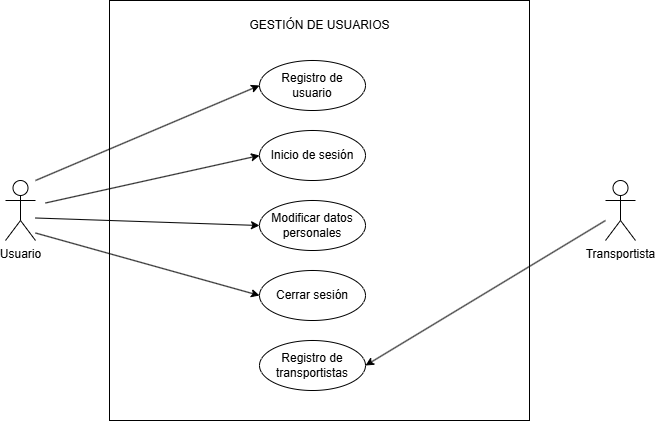
Earlier version of the draw.io export Memoria/imagenes/Analisis/gestionUsuarios.png (Juanjomrtz19/Trabajo-de-fin-de-grado-BlockTrack). Source tidied: cells renumbered, new cells last; positions are measured from the earlier drawing's top-left corner, leaving out a move shared by most shapes. The source it was exported from:
```xml
<mxGraphModel>
  <root>
    <mxCell id="0" />
    <mxCell id="1" parent="0" />
    <mxCell id="2" style="whiteSpace=wrap;html=1;" parent="1" vertex="1">
      <mxGeometry x="104" width="420" height="420" as="geometry" />
    </mxCell>
    <mxCell id="3" value="GESTIÓN DE USUARIOS" style="text;html=1;align=center;verticalAlign=middle;strokeColor=none;fillColor=none;" parent="1" vertex="1">
      <mxGeometry x="234" y="10" width="160" height="30" as="geometry" />
    </mxCell>
    <mxCell id="4" value="Registro de usuario" style="ellipse;whiteSpace=wrap;html=1;" parent="1" vertex="1">
      <mxGeometry x="254" y="60" width="106" height="50" as="geometry" />
    </mxCell>
    <mxCell id="5" value="Inicio de sesión&lt;span style=&quot;color: rgba(0, 0, 0, 0); font-family: monospace; font-size: 0px; text-align: start; text-wrap-mode: nowrap;&quot;&gt;%3CmxGraphModel%3E%3Croot%3E%3CmxCell%20id%3D%220%22%2F%3E%3CmxCell%20id%3D%221%22%20parent%3D%220%22%2F%3E%3CmxCell%20id%3D%222%22%20value%3D%22REGISTRO%20DE%20USUARIO%22%20style%3D%22ellipse%3BwhiteSpace%3Dwrap%3Bhtml%3D1%3B%22%20vertex%3D%221%22%20parent%3D%221%22%3E%3CmxGeometry%20x%3D%22354%22%20y%3D%22110%22%20width%3D%22106%22%20height%3D%2250%22%20as%3D%22geometry%22%2F%3E%3C%2FmxCell%3E%3C%2Froot%3E%3C%2FmxGraphModel%3E&lt;/span&gt;" style="ellipse;whiteSpace=wrap;html=1;" parent="1" vertex="1">
      <mxGeometry x="254" y="130" width="106" height="50" as="geometry" />
    </mxCell>
    <mxCell id="6" value="Modificar datos personales" style="ellipse;whiteSpace=wrap;html=1;" parent="1" vertex="1">
      <mxGeometry x="254" y="200" width="106" height="50" as="geometry" />
    </mxCell>
    <mxCell id="7" value="Cerrar sesión&lt;span style=&quot;color: rgba(0, 0, 0, 0); font-family: monospace; font-size: 0px; text-align: start; text-wrap-mode: nowrap;&quot;&gt;%3CmxGraphModel%3E%3Croot%3E%3CmxCell%20id%3D%220%22%2F%3E%3CmxCell%20id%3D%221%22%20parent%3D%220%22%2F%3E%3CmxCell%20id%3D%222%22%20value%3D%22Modificar%20datos%20personales%22%20style%3D%22ellipse%3BwhiteSpace%3Dwrap%3Bhtml%3D1%3B%22%20vertex%3D%221%22%20parent%3D%221%22%3E%3CmxGeometry%20x%3D%22354%22%20y%3D%22230%22%20width%3D%22106%22%20height%3D%2250%22%20as%3D%22geometry%22%2F%3E%3C%2FmxCell%3E%3C%2Froot%3E%3C%2FmxGraphModel%3E&lt;/span&gt;" style="ellipse;whiteSpace=wrap;html=1;" parent="1" vertex="1">
      <mxGeometry x="254" y="270" width="106" height="50" as="geometry" />
    </mxCell>
    <mxCell id="8" value="Registro de transportistas" style="ellipse;whiteSpace=wrap;html=1;" parent="1" vertex="1">
      <mxGeometry x="254" y="340" width="106" height="50" as="geometry" />
    </mxCell>
    <mxCell id="9" value="Usuario" style="shape=umlActor;verticalLabelPosition=bottom;verticalAlign=top;html=1;" parent="1" vertex="1">
      <mxGeometry y="180" width="30" height="60" as="geometry" />
    </mxCell>
    <mxCell id="10" value="Transportista" style="shape=umlActor;verticalLabelPosition=bottom;verticalAlign=top;html=1;outlineConnect=0;" parent="1" vertex="1">
      <mxGeometry x="600" y="180" width="30" height="60" as="geometry" />
    </mxCell>
    <mxCell id="11" style="endArrow=classic;html=1;rounded=0;entryX=0;entryY=0.5;entryDx=0;entryDy=0;" parent="1" edge="1" target="4">
      <mxGeometry relative="1" as="geometry">
        <mxPoint x="30" y="180" as="sourcePoint" />
      </mxGeometry>
    </mxCell>
    <mxCell id="12" style="endArrow=classic;html=1;rounded=0;entryX=0;entryY=0.5;entryDx=0;entryDy=0;" parent="1" edge="1" target="5">
      <mxGeometry relative="1" as="geometry">
        <mxPoint x="40" y="202.5" as="sourcePoint" />
      </mxGeometry>
    </mxCell>
    <mxCell id="13" style="endArrow=classic;html=1;rounded=0;entryX=0;entryY=0.5;entryDx=0;entryDy=0;" parent="1" edge="1" target="6">
      <mxGeometry relative="1" as="geometry">
        <mxPoint x="30" y="217.5" as="sourcePoint" />
      </mxGeometry>
    </mxCell>
    <mxCell id="14" style="endArrow=classic;html=1;rounded=0;entryX=0;entryY=0.5;entryDx=0;entryDy=0;" parent="1" edge="1" target="7">
      <mxGeometry relative="1" as="geometry">
        <mxPoint x="30" y="232.5" as="sourcePoint" />
      </mxGeometry>
    </mxCell>
    <mxCell id="15" style="endArrow=classic;html=1;rounded=0;entryX=1;entryY=0.5;entryDx=0;entryDy=0;" parent="1" edge="1" target="8">
      <mxGeometry relative="1" as="geometry">
        <mxPoint x="600" y="220" as="sourcePoint" />
      </mxGeometry>
    </mxCell>
  </root>
</mxGraphModel>
```
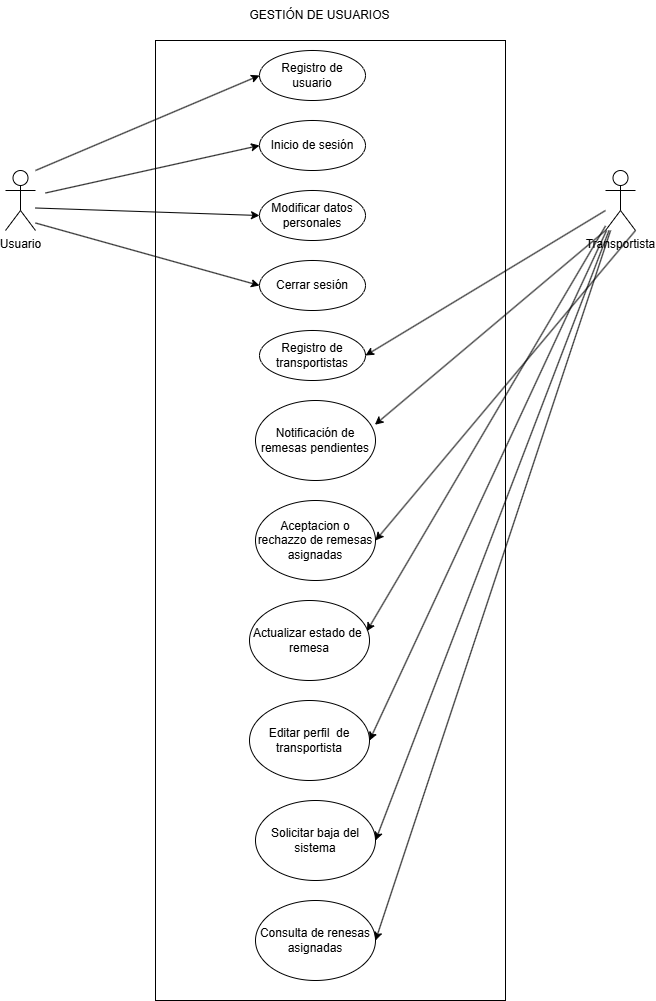
Later version of the same file.

The edit, as a diff of the source:
```diff
@@ -2,9 +2,9 @@
   <root>
     <mxCell id="0" />
     <mxCell id="1" parent="0" />
-    <mxCell id="2" style="whiteSpace=wrap;html=1;" parent="1" vertex="1">
-      <mxGeometry x="104" width="420" height="420" as="geometry" />
-    </mxCell>
+    <mxCell id="16" style="rounded=0;whiteSpace=wrap;html=1;" parent="1" vertex="1">
+      <mxGeometry x="150" y="50" width="350" height="960" as="geometry" />
+    </mxCell>
     <mxCell id="3" value="GESTIÓN DE USUARIOS" style="text;html=1;align=center;verticalAlign=middle;strokeColor=none;fillColor=none;" parent="1" vertex="1">
       <mxGeometry x="234" y="10" width="160" height="30" as="geometry" />
     </mxCell>
@@ -54,5 +54,41 @@
         <mxPoint x="600" y="220" as="sourcePoint" />
       </mxGeometry>
     </mxCell>
+    <mxCell id="17" value="Notificación de remesas pendientes" style="ellipse;whiteSpace=wrap;html=1;" parent="1" vertex="1">
+      <mxGeometry x="250" y="410" width="120" height="80" as="geometry" />
+    </mxCell>
+    <mxCell id="18" value="Aceptacion o rechazzo de remesas asignadas" style="ellipse;whiteSpace=wrap;html=1;" parent="1" vertex="1">
+      <mxGeometry x="250" y="510" width="120" height="80" as="geometry" />
+    </mxCell>
+    <mxCell id="19" value="Actualizar estado de&amp;nbsp; remesa" style="ellipse;whiteSpace=wrap;html=1;" parent="1" vertex="1">
+      <mxGeometry x="244" y="610" width="120" height="80" as="geometry" />
+    </mxCell>
+    <mxCell id="20" value="Editar perfil&amp;nbsp; de transportista" style="ellipse;whiteSpace=wrap;html=1;" parent="1" vertex="1">
+      <mxGeometry x="244" y="710" width="120" height="80" as="geometry" />
+    </mxCell>
+    <mxCell id="21" value="Solicitar baja del sistema" style="ellipse;whiteSpace=wrap;html=1;" parent="1" vertex="1">
+      <mxGeometry x="250" y="810" width="120" height="80" as="geometry" />
+    </mxCell>
+    <mxCell id="22" value="Consulta de renesas asignadas" style="ellipse;whiteSpace=wrap;html=1;" parent="1" vertex="1">
+      <mxGeometry x="250" y="910" width="120" height="80" as="geometry" />
+    </mxCell>
+    <mxCell id="23" style="endArrow=classic;html=1;rounded=0;entryX=0.995;entryY=0.303;entryDx=0;entryDy=0;entryPerimeter=0;exitX=0;exitY=1;exitDx=0;exitDy=0;exitPerimeter=0;" parent="1" edge="1" source="10" target="17">
+      <mxGeometry relative="1" as="geometry" />
+    </mxCell>
+    <mxCell id="24" style="endArrow=classic;html=1;rounded=0;entryX=1;entryY=0.5;entryDx=0;entryDy=0;exitX=1;exitY=1;exitDx=0;exitDy=0;exitPerimeter=0;" parent="1" edge="1" source="10" target="18">
+      <mxGeometry relative="1" as="geometry" />
+    </mxCell>
+    <mxCell id="25" style="endArrow=classic;html=1;rounded=0;entryX=0.978;entryY=0.383;entryDx=0;entryDy=0;entryPerimeter=0;" parent="1" edge="1" source="10" target="19">
+      <mxGeometry relative="1" as="geometry" />
+    </mxCell>
+    <mxCell id="26" style="endArrow=classic;html=1;rounded=0;entryX=1;entryY=0.5;entryDx=0;entryDy=0;" parent="1" edge="1" source="10" target="20">
+      <mxGeometry relative="1" as="geometry" />
+    </mxCell>
+    <mxCell id="27" style="endArrow=classic;html=1;rounded=0;entryX=1;entryY=0.5;entryDx=0;entryDy=0;" parent="1" edge="1" source="10" target="21">
+      <mxGeometry relative="1" as="geometry" />
+    </mxCell>
+    <mxCell id="28" style="endArrow=classic;html=1;rounded=0;entryX=1;entryY=0.5;entryDx=0;entryDy=0;" parent="1" edge="1" source="10" target="22">
+      <mxGeometry relative="1" as="geometry" />
+    </mxCell>
   </root>
 </mxGraphModel>
```
